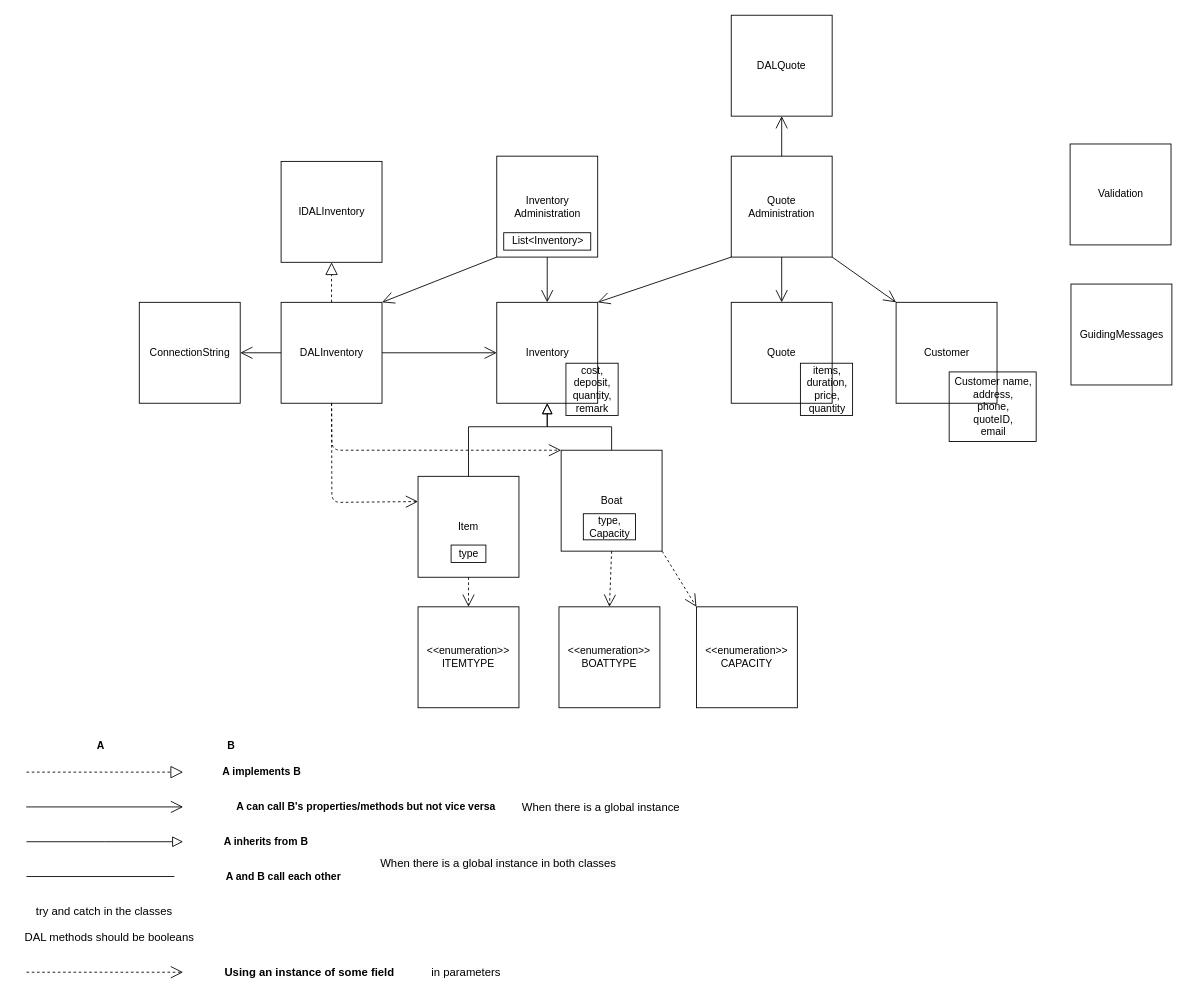
Above: Documentation/Synthesis Assignment.drawio in ismailchbiki/-t-Sloepke-B.V.-company (draw.io), before the change. Source tidied: cells renumbered, new cells numbered last; positions are measured from the earlier drawing's top-left corner, leaving out a move shared by most shapes. Both pictures are drawn from the tidied source at 87%, with x=0, y=0 at pixel (17, 15).
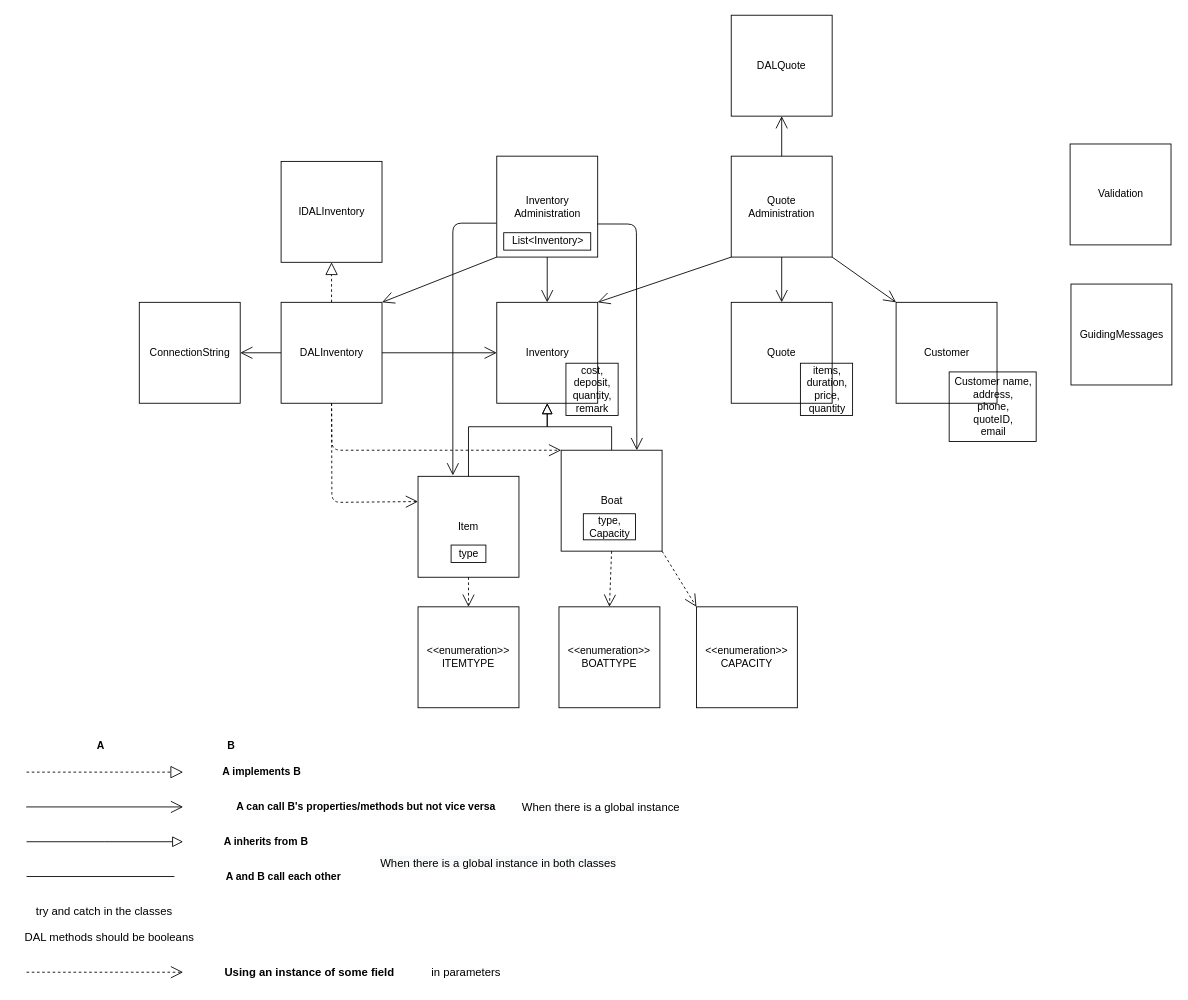
The same diagram, later.

The change refers to these unchanged cells:
```xml
<mxCell id="26" value="Boat" style="whiteSpace=wrap;html=1;strokeColor=default;direction=east;" parent="1" vertex="1">
  <mxGeometry x="624.5" y="500" width="116" height="116" as="geometry" />
</mxCell>
<mxCell id="27" value="Item" style="whiteSpace=wrap;html=1;strokeColor=default;direction=east;" parent="1" vertex="1">
  <mxGeometry x="460" y="530" width="116" height="116" as="geometry" />
</mxCell>
<mxCell id="38" value="Inventory&lt;br&gt;Administration" style="whiteSpace=wrap;html=1;strokeColor=default;direction=east;" parent="1" vertex="1">
  <mxGeometry x="550.5" y="162" width="116" height="116" as="geometry" />
</mxCell>
```

The edit, as a diff of the source:
```diff
@@
+    <mxCell id="57" style="endArrow=open;endFill=1;endSize=12;html=1;fontStyle=1;fontSize=13;strokeWidth=1;entryX=0.75;entryY=0;entryDx=0;entryDy=0;exitX=0.996;exitY=0.672;exitDx=0;exitDy=0;exitPerimeter=0;" parent="1" edge="1" source="38" target="26">
+      <mxGeometry relative="1" as="geometry">
+        <Array as="points">
+          <mxPoint x="711" y="240" />
+        </Array>
+      </mxGeometry>
+    </mxCell>
+    <mxCell id="58" style="endArrow=open;endFill=1;endSize=12;html=1;fontStyle=1;fontSize=13;strokeWidth=1;exitX=-0.004;exitY=0.664;exitDx=0;exitDy=0;exitPerimeter=0;entryX=0.345;entryY=-0.009;entryDx=0;entryDy=0;entryPerimeter=0;" parent="1" edge="1" source="38" target="27">
+      <mxGeometry relative="1" as="geometry">
+        <Array as="points">
+          <mxPoint x="500" y="239" />
+        </Array>
+      </mxGeometry>
+    </mxCell>
```
